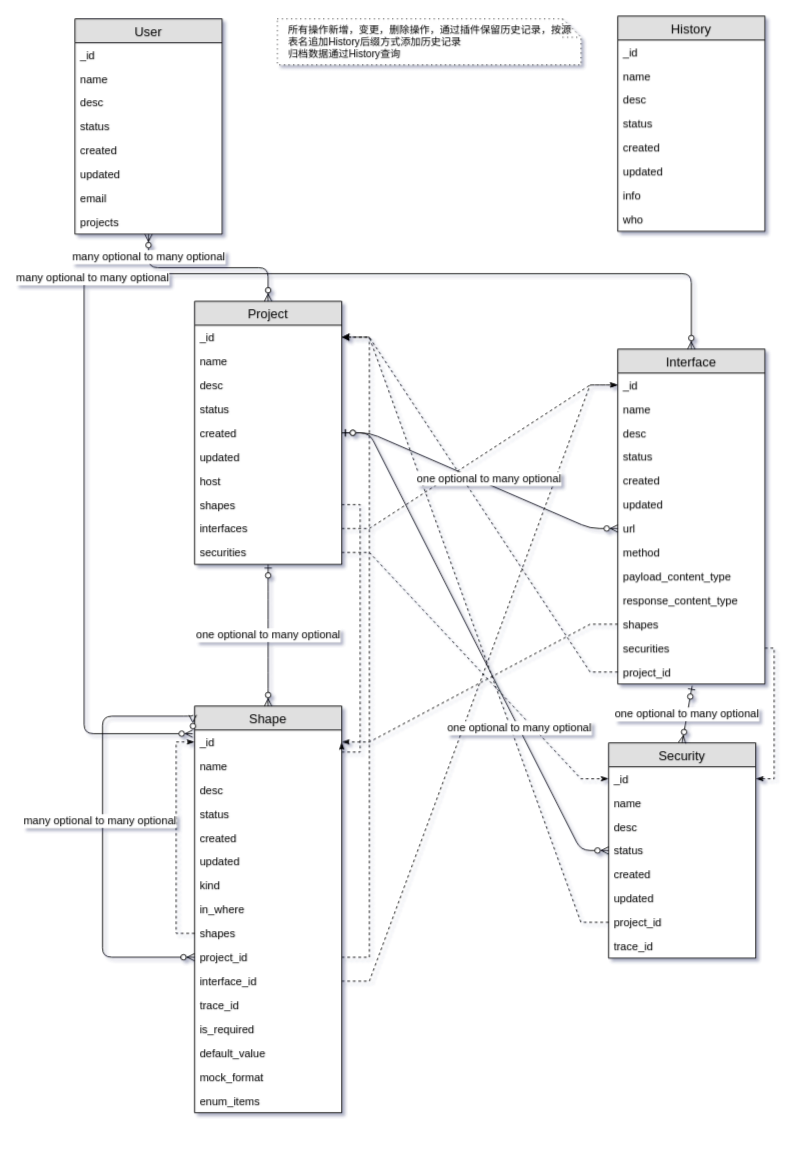
0851/draw keeps this draw.io diagram as apiplatform/apischema.drawio. Above is the earlier version. Source tidied: cells renumbered, new cells numbered last; positions are measured from the earlier drawing's top-left corner, leaving out a move shared by most shapes. Both pictures are drawn from the tidied source at 92%, with x=0, y=0 at pixel (75, 16).
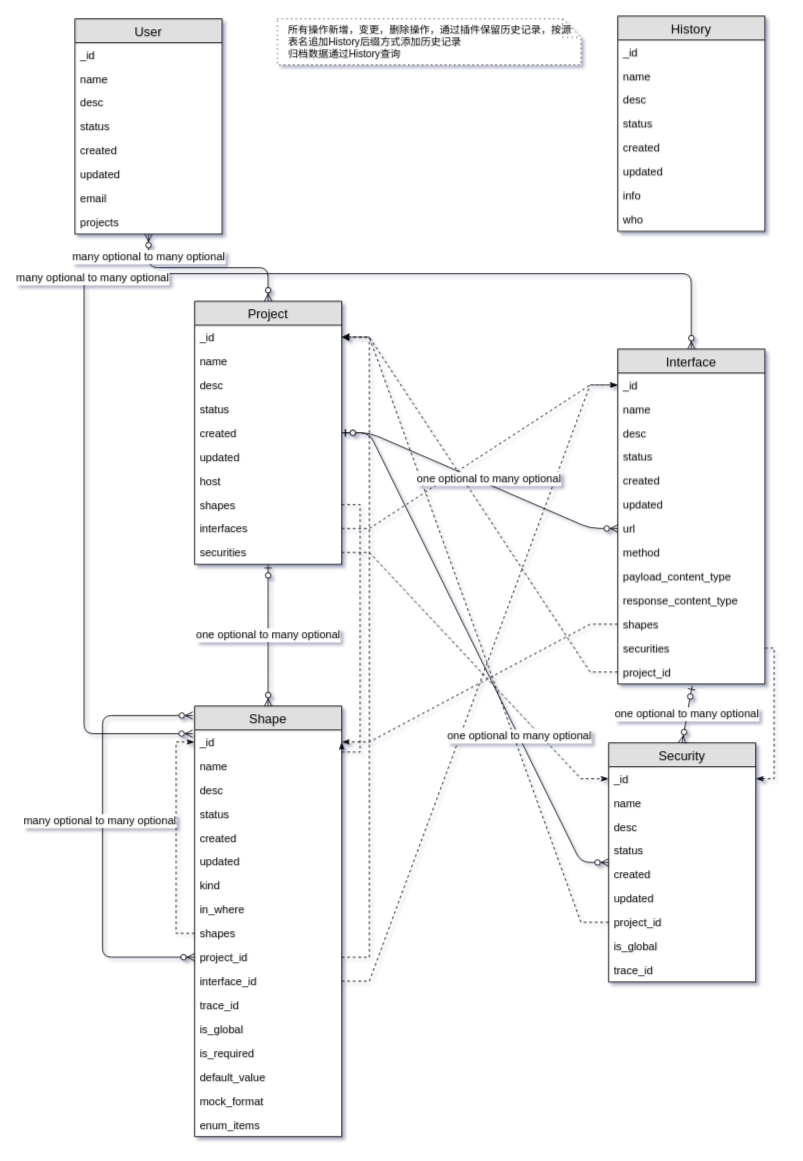
Above is the later version.

Change to the diagram source:
```diff
@@
     <mxCell id="26" value="Shape" style="swimlane;fontStyle=0;horizontal=1;startSize=26;fillColor=#e0e0e0;swimlaneFillColor=#ffffff;align=center;fontSize=14;" parent="1" vertex="1">
-      <mxGeometry x="130" y="750" width="160" height="442" as="geometry" />
+      <mxGeometry x="130" y="750" width="160" height="468" as="geometry" />
     </mxCell>
@@
+    <mxCell id="91" value="is_global" style="text;strokeColor=none;fillColor=none;spacingLeft=4;spacingRight=4;overflow=hidden;fontSize=12;" parent="26" vertex="1">
+      <mxGeometry y="338" width="160" height="26" as="geometry" />
+    </mxCell>
     <mxCell id="42" value="is_required" style="text;strokeColor=none;fillColor=none;spacingLeft=4;spacingRight=4;overflow=hidden;fontSize=12;" parent="26" vertex="1">
-      <mxGeometry y="338" width="160" height="26" as="geometry" />
+      <mxGeometry y="364" width="160" height="26" as="geometry" />
     </mxCell>
     <mxCell id="43" value="default_value" style="text;strokeColor=none;fillColor=none;spacingLeft=4;spacingRight=4;overflow=hidden;fontSize=12;" parent="26" vertex="1">
-      <mxGeometry y="364" width="160" height="26" as="geometry" />
+      <mxGeometry y="390" width="160" height="26" as="geometry" />
     </mxCell>
     <mxCell id="44" value="mock_format" style="text;strokeColor=none;fillColor=none;spacingLeft=4;spacingRight=4;overflow=hidden;fontSize=12;" parent="26" vertex="1">
-      <mxGeometry y="390" width="160" height="26" as="geometry" />
+      <mxGeometry y="416" width="160" height="26" as="geometry" />
     </mxCell>
     <mxCell id="45" value="enum_items" style="text;strokeColor=none;fillColor=none;spacingLeft=4;spacingRight=4;overflow=hidden;fontSize=12;" parent="26" vertex="1">
-      <mxGeometry y="416" width="160" height="26" as="geometry" />
+      <mxGeometry y="442" width="160" height="26" as="geometry" />
     </mxCell>
@@
     <mxCell id="57" value="Security" style="swimlane;fontStyle=0;horizontal=1;startSize=26;fillColor=#e0e0e0;swimlaneFillColor=#ffffff;align=center;fontSize=14;" parent="1" vertex="1">
-      <mxGeometry x="580" y="790" width="160" height="234" as="geometry" />
+      <mxGeometry x="580" y="790" width="160" height="260" as="geometry" />
     </mxCell>
@@
-    <mxCell id="65" value="trace_id" style="text;strokeColor=none;fillColor=none;spacingLeft=4;spacingRight=4;overflow=hidden;fontSize=12;" parent="57" vertex="1">
+    <mxCell id="65" value="is_global" style="text;strokeColor=none;fillColor=none;spacingLeft=4;spacingRight=4;overflow=hidden;fontSize=12;" parent="57" vertex="1">
       <mxGeometry y="208" width="160" height="26" as="geometry" />
     </mxCell>
+    <mxCell id="92" value="trace_id" style="text;strokeColor=none;fillColor=none;spacingLeft=4;spacingRight=4;overflow=hidden;fontSize=12;" parent="57" vertex="1">
+      <mxGeometry y="234" width="160" height="26" as="geometry" />
+    </mxCell>
```
